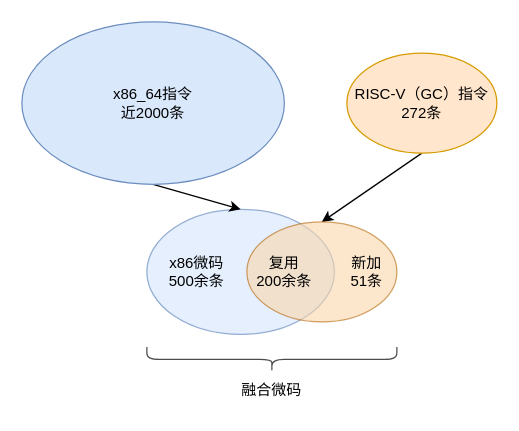
Earlier version of the draw.io diagram image/isa_num.drawio (jensen-yan/yanyue_essay). Source tidied: cells renumbered, new cells numbered last; positions are measured from the earlier drawing's top-left corner, leaving out a move shared by most shapes. Both pictures are drawn from the tidied source at 125%, with x=0, y=0 at pixel (21, 21).
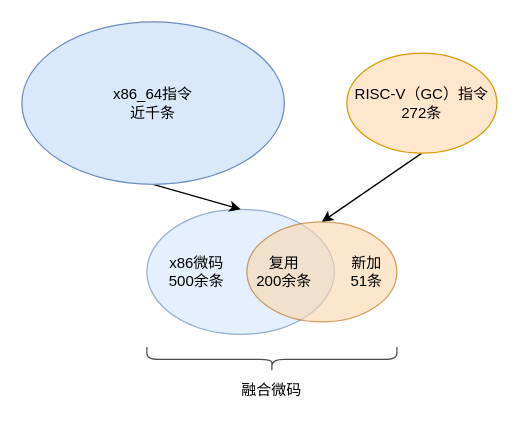
The same diagram, later.

Commit message (it also covers changes not shown here):
修改一些图片

Diff of the diagram source:
```diff
@@
 <mxGraphModel>
   <root>
     <mxCell id="0" />
     <mxCell id="1" parent="0" />
     <mxCell id="2" style="ellipse;whiteSpace=wrap;html=1;fillColor=#dae8fc;strokeColor=#6c8ebf;opacity=70;" parent="1" vertex="1">
       <mxGeometry x="100" y="150" width="150" height="100" as="geometry" />
     </mxCell>
     <mxCell id="3" style="edgeStyle=none;html=1;exitX=0.5;exitY=1;exitDx=0;exitDy=0;entryX=0.5;entryY=0;entryDx=0;entryDy=0;" parent="1" edge="1" source="4" target="2">
       <mxGeometry relative="1" as="geometry" />
     </mxCell>
-    <mxCell id="4" value="x86_64指令&lt;br&gt;近2000条" style="ellipse;whiteSpace=wrap;html=1;fillColor=#dae8fc;strokeColor=#6c8ebf;" parent="1" vertex="1">
+    <mxCell id="4" value="x86_64指令&lt;br&gt;近千条" style="ellipse;whiteSpace=wrap;html=1;fillColor=#dae8fc;strokeColor=#6c8ebf;" parent="1" vertex="1">
       <mxGeometry width="210" height="130" as="geometry" />
     </mxCell>
     <mxCell id="5" style="edgeStyle=none;html=1;exitX=0.5;exitY=1;exitDx=0;exitDy=0;entryX=0.5;entryY=0;entryDx=0;entryDy=0;" parent="1" edge="1" source="6" target="7">
       <mxGeometry relative="1" as="geometry" />
     </mxCell>
     <mxCell id="6" value="RISC-V（GC）指令&lt;br&gt;272条" style="ellipse;whiteSpace=wrap;html=1;fillColor=#ffe6cc;strokeColor=#d79b00;" parent="1" vertex="1">
       <mxGeometry x="260" y="25" width="120" height="80" as="geometry" />
     </mxCell>
     <mxCell id="7" style="ellipse;whiteSpace=wrap;html=1;opacity=60;fillColor=#fad7ac;strokeColor=#b46504;" parent="1" vertex="1">
       <mxGeometry x="180" y="160" width="120" height="80" as="geometry" />
     </mxCell>
     <mxCell id="8" value="新加&lt;br&gt;51条" style="text;html=1;strokeColor=none;fillColor=none;align=center;verticalAlign=middle;whiteSpace=wrap;rounded=0;opacity=2;" parent="1" vertex="1">
       <mxGeometry x="246" y="185" width="60" height="30" as="geometry" />
     </mxCell>
     <mxCell id="9" value="复用&lt;br&gt;200余条" style="text;html=1;strokeColor=none;fillColor=none;align=center;verticalAlign=middle;whiteSpace=wrap;rounded=0;opacity=2;" parent="1" vertex="1">
       <mxGeometry x="180" y="185" width="60" height="30" as="geometry" />
     </mxCell>
     <mxCell id="10" value="x86微码&lt;br&gt;500余条" style="text;html=1;strokeColor=none;fillColor=none;align=center;verticalAlign=middle;whiteSpace=wrap;rounded=0;opacity=2;" parent="1" vertex="1">
       <mxGeometry x="110" y="185" width="60" height="30" as="geometry" />
     </mxCell>
     <mxCell id="11" style="shape=curlyBracket;whiteSpace=wrap;html=1;rounded=1;flipH=1;labelPosition=right;verticalLabelPosition=middle;align=left;verticalAlign=middle;opacity=70;direction=north;" parent="1" vertex="1">
       <mxGeometry x="100" y="260" width="200" height="20" as="geometry" />
     </mxCell>
     <mxCell id="12" value="融合微码" style="text;html=1;strokeColor=none;fillColor=none;align=center;verticalAlign=middle;whiteSpace=wrap;rounded=0;opacity=70;" parent="1" vertex="1">
       <mxGeometry x="170" y="280" width="60" height="30" as="geometry" />
     </mxCell>
   </root>
 </mxGraphModel>
```
